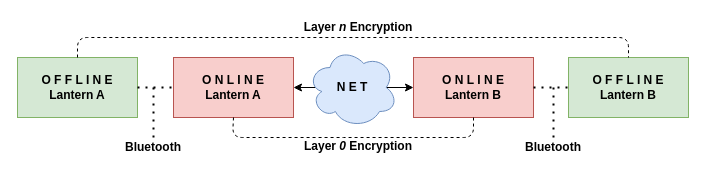
Above: assets/lanterns.drawio in gregl83/lanterns (draw.io), before the change. Source tidied: cells renumbered, new cells numbered last; positions are measured from the earlier drawing's top-left corner, leaving out a move shared by most shapes. Both pictures are drawn from the tidied source at 100%, with x=0, y=0 at pixel (17, 17).
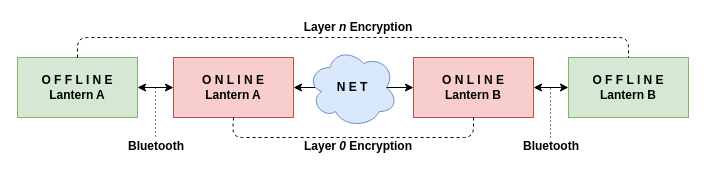
After the change.

Commit message (it also covers changes not shown here):
update lanterns arch for clarity

The change refers to these unchanged cells:
```xml
<mxCell id="2" value="O F F L I N E&lt;br&gt;Lantern A" style="rounded=0;whiteSpace=wrap;html=1;fillColor=#d5e8d4;strokeColor=#82b366;fontStyle=1;" parent="1" vertex="1">
  <mxGeometry y="40" width="120" height="60" as="geometry" />
</mxCell>
<mxCell id="3" value="O N L I N E&lt;br&gt;Lantern B" style="rounded=0;whiteSpace=wrap;html=1;fillColor=#f8cecc;strokeColor=#b85450;fontStyle=1;" parent="1" vertex="1">
  <mxGeometry x="396" y="40" width="120" height="60" as="geometry" />
</mxCell>
<mxCell id="4" value="O N L I N E&lt;br&gt;Lantern A" style="rounded=0;whiteSpace=wrap;html=1;fillColor=#f8cecc;strokeColor=#b85450;fontStyle=1;" parent="1" vertex="1">
  <mxGeometry x="156" y="40" width="120" height="60" as="geometry" />
</mxCell>
<mxCell id="5" value="O F F L I N E&lt;br&gt;Lantern B" style="rounded=0;whiteSpace=wrap;html=1;fillColor=#d5e8d4;strokeColor=#82b366;fontStyle=1;" parent="1" vertex="1">
  <mxGeometry x="551" y="40" width="120" height="60" as="geometry" />
</mxCell>
```

The edit, as a diff of the source:
```diff
@@
-    <mxCell id="6" style="endArrow=none;dashed=1;html=1;dashPattern=1 3;strokeWidth=2;exitX=1;exitY=0.5;exitDx=0;exitDy=0;entryX=0;entryY=0.5;entryDx=0;entryDy=0;" parent="1" edge="1" source="2" target="4">
+    <mxCell id="6" style="endArrow=classic;html=1;strokeWidth=1;exitX=1;exitY=0.5;exitDx=0;exitDy=0;entryX=0;entryY=0.5;entryDx=0;entryDy=0;startArrow=classic;startFill=1;endFill=1;" parent="1" edge="1" source="2" target="4">
       <mxGeometry relative="1" as="geometry" />
     </mxCell>
-    <mxCell id="7" style="endArrow=none;dashed=1;html=1;dashPattern=1 3;strokeWidth=2;exitX=1;exitY=0.5;exitDx=0;exitDy=0;entryX=0;entryY=0.5;entryDx=0;entryDy=0;" parent="1" edge="1" source="3" target="5">
+    <mxCell id="7" style="endArrow=classic;html=1;strokeWidth=1;exitX=1;exitY=0.5;exitDx=0;exitDy=0;entryX=0;entryY=0.5;entryDx=0;entryDy=0;endFill=1;startArrow=classic;startFill=1;" parent="1" edge="1" source="3" target="5">
       <mxGeometry relative="1" as="geometry" />
     </mxCell>
@@
     <mxCell id="10" value="Bluetooth" style="text;html=1;strokeColor=none;fillColor=none;align=center;verticalAlign=middle;whiteSpace=wrap;rounded=0;fontStyle=1;" parent="1" vertex="1">
-      <mxGeometry x="106" y="120" width="60" height="20" as="geometry" />
+      <mxGeometry x="109" y="119" width="60" height="20" as="geometry" />
     </mxCell>
     <mxCell id="11" value="Bluetooth" style="text;html=1;strokeColor=none;fillColor=none;align=center;verticalAlign=middle;whiteSpace=wrap;rounded=0;fontStyle=1;" parent="1" vertex="1">
-      <mxGeometry x="506" y="120" width="60" height="20" as="geometry" />
+      <mxGeometry x="504" y="119" width="60" height="20" as="geometry" />
     </mxCell>
-    <mxCell id="12" style="endArrow=none;dashed=1;html=1;dashPattern=1 3;strokeWidth=2;entryX=0.5;entryY=0;entryDx=0;entryDy=0;" parent="1" edge="1" target="10">
+    <mxCell id="12" style="endArrow=none;dashed=1;html=1;dashPattern=1 3;strokeWidth=1;entryX=0.5;entryY=0;entryDx=0;entryDy=0;" parent="1" edge="1">
       <mxGeometry relative="1" as="geometry">
-        <mxPoint x="136" y="70" as="sourcePoint" />
+        <mxPoint x="138" y="70" as="sourcePoint" />
+        <mxPoint x="138" y="120" as="targetPoint" />
       </mxGeometry>
     </mxCell>
-    <mxCell id="13" style="endArrow=none;dashed=1;html=1;dashPattern=1 3;strokeWidth=2;exitX=0.5;exitY=0;exitDx=0;exitDy=0;" parent="1" edge="1" source="11">
+    <mxCell id="13" style="endArrow=none;dashed=1;html=1;dashPattern=1 3;strokeWidth=1;exitX=0.5;exitY=0;exitDx=0;exitDy=0;" parent="1" edge="1">
       <mxGeometry relative="1" as="geometry">
-        <mxPoint x="536" y="70" as="targetPoint" />
+        <mxPoint x="533" y="120" as="sourcePoint" />
+        <mxPoint x="533" y="70" as="targetPoint" />
       </mxGeometry>
     </mxCell>
```
